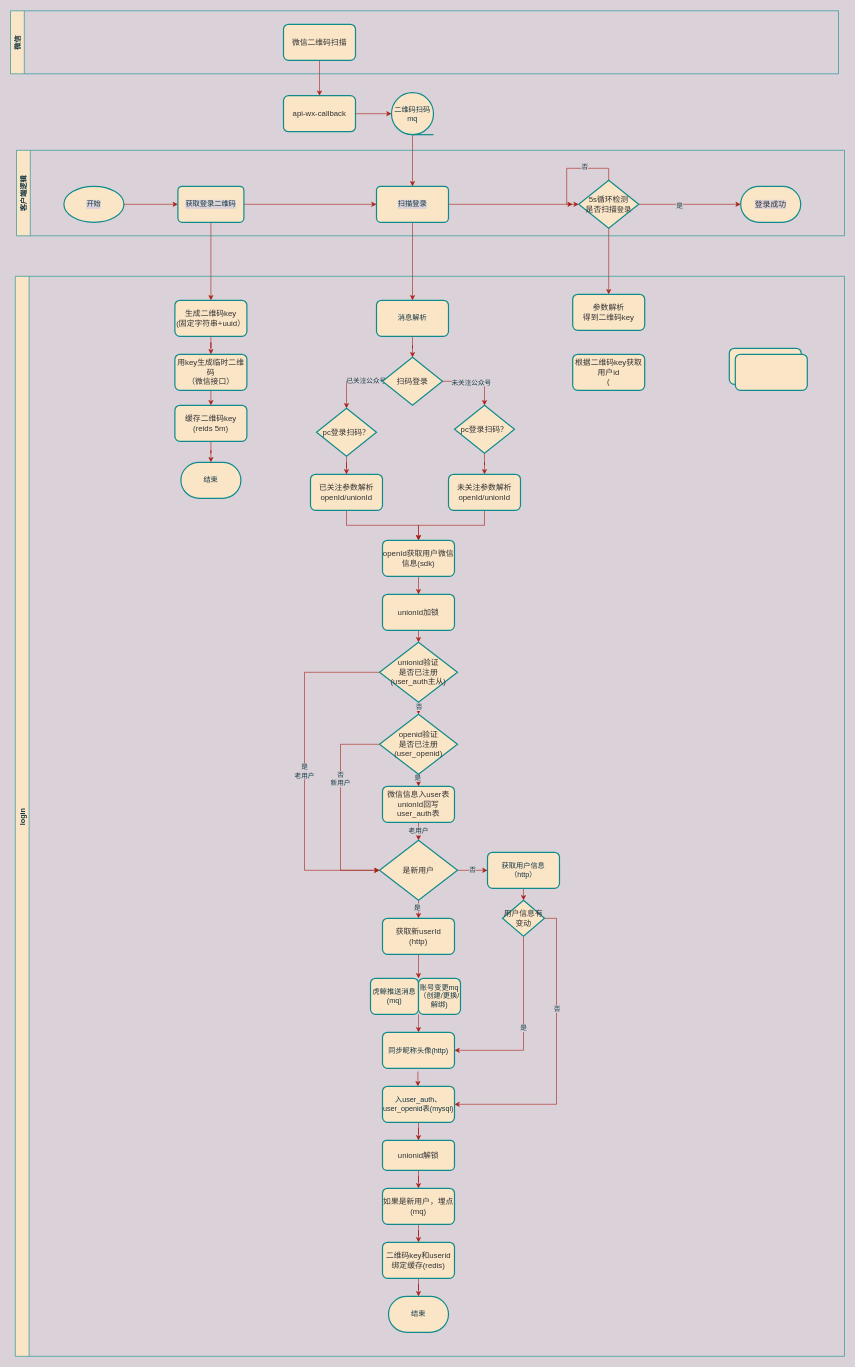
Above: 登录.drawio in xiell2016/hetaoDesign (draw.io), before the change. Source tidied: cells renumbered, new cells numbered last; positions are measured from the earlier drawing's top-left corner, leaving out a move shared by most shapes. Both pictures are drawn from the tidied source at 60%, with x=0, y=0 at pixel (10, 11).
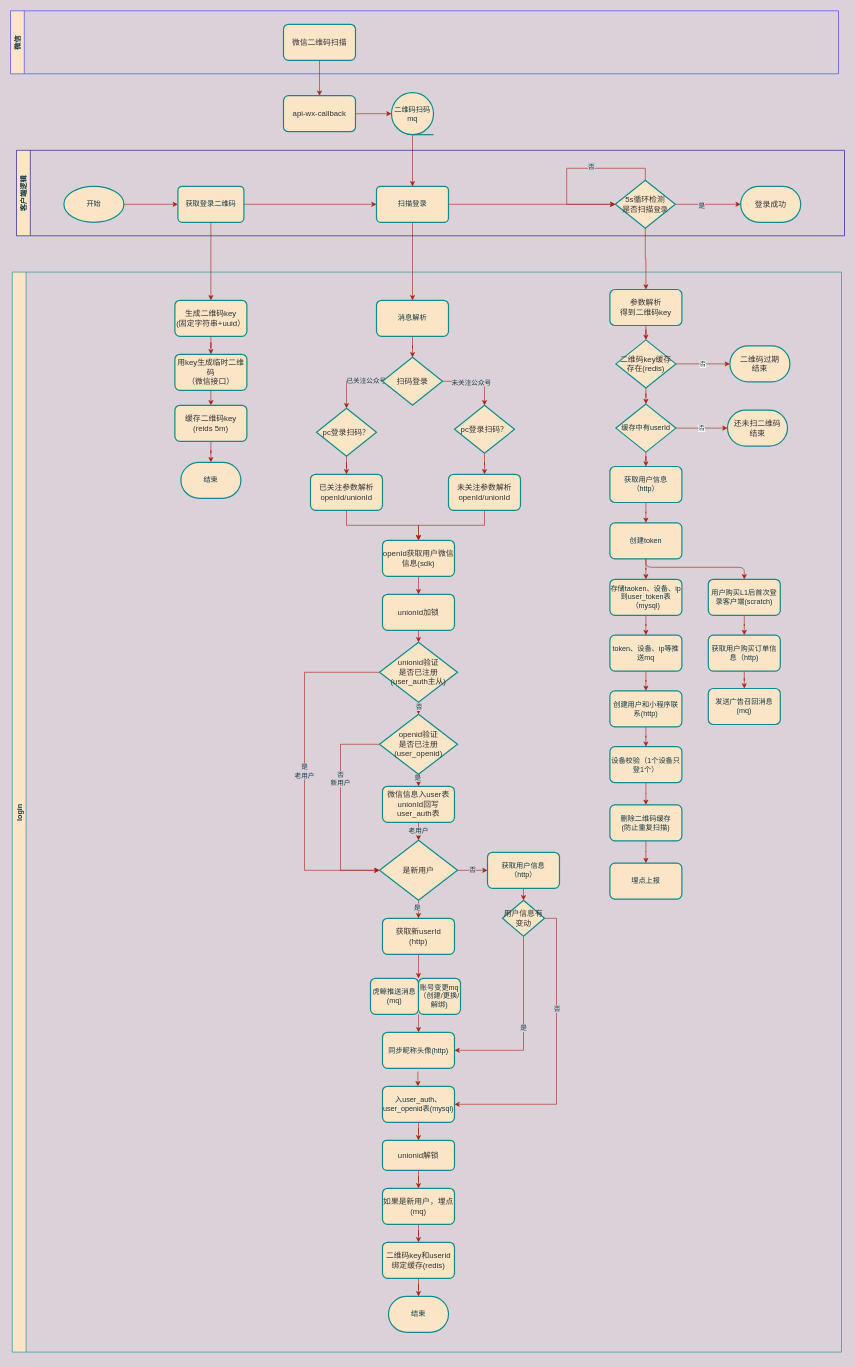
The same diagram, later.

What changed in the source:
```diff
@@
-    <mxCell id="3" value="开始" style="strokeWidth=2;html=1;shape=mxgraph.flowchart.start_1;whiteSpace=wrap;fillColor=#FAE5C7;strokeColor=#0F8B8D;fontColor=#143642;labelBackgroundColor=#DAD2D8;" parent="1" vertex="1">
+    <mxCell id="3" value="开始" style="strokeWidth=2;html=1;shape=mxgraph.flowchart.start_1;whiteSpace=wrap;fillColor=#FAE5C7;strokeColor=#0F8B8D;fontColor=#143642;labelBackgroundColor=none;" parent="1" vertex="1">
       <mxGeometry x="89" y="292" width="100" height="60" as="geometry" />
     </mxCell>
@@
-    <mxCell id="6" value="获取登录二维码" style="rounded=1;whiteSpace=wrap;html=1;absoluteArcSize=1;arcSize=14;strokeWidth=2;fillColor=#FAE5C7;strokeColor=#0F8B8D;fontColor=#143642;labelBackgroundColor=#DAD2D8;" parent="1" vertex="1">
+    <mxCell id="6" value="获取登录二维码" style="rounded=1;whiteSpace=wrap;html=1;absoluteArcSize=1;arcSize=14;strokeWidth=2;fillColor=#FAE5C7;strokeColor=#0F8B8D;fontColor=#143642;labelBackgroundColor=none;" parent="1" vertex="1">
       <mxGeometry x="279" y="292" width="110" height="60" as="geometry" />
     </mxCell>
     <mxCell id="7" style="edgeStyle=orthogonalEdgeStyle;rounded=0;jettySize=auto;html=1;exitX=1;exitY=0.5;exitDx=0;exitDy=0;strokeColor=#A8201A;fontColor=#143642;labelBackgroundColor=#DAD2D8;" parent="1" edge="1" source="9" target="15">
-      <mxGeometry relative="1" as="geometry" />
+      <mxGeometry relative="1" as="geometry">
+        <Array as="points">
+          <mxPoint x="925" y="322" />
+          <mxPoint x="925" y="322" />
+        </Array>
+      </mxGeometry>
     </mxCell>
@@
-    <mxCell id="9" value="扫描登录" style="rounded=1;whiteSpace=wrap;html=1;absoluteArcSize=1;arcSize=14;strokeWidth=2;fillColor=#FAE5C7;strokeColor=#0F8B8D;fontColor=#143642;labelBackgroundColor=#DAD2D8;" parent="1" vertex="1">
+    <mxCell id="9" value="扫描登录" style="rounded=1;whiteSpace=wrap;html=1;absoluteArcSize=1;arcSize=14;strokeWidth=2;fillColor=#FAE5C7;strokeColor=#0F8B8D;fontColor=#143642;labelBackgroundColor=none;" parent="1" vertex="1">
       <mxGeometry x="610" y="292" width="120" height="60" as="geometry" />
     </mxCell>
-    <mxCell id="10" style="edgeStyle=orthogonalEdgeStyle;rounded=0;jettySize=auto;html=1;exitX=0.5;exitY=0;exitDx=0;exitDy=0;exitPerimeter=0;strokeColor=#A8201A;fontColor=#143642;labelBackgroundColor=#DAD2D8;" parent="1" edge="1" source="15">
-      <mxGeometry relative="1" as="geometry">
-        <mxPoint x="937" y="322" as="targetPoint" />
-        <Array as="points">
-          <mxPoint x="997" y="262" />
-          <mxPoint x="927" y="262" />
-          <mxPoint x="927" y="322" />
-        </Array>
-      </mxGeometry>
-    </mxCell>
-    <mxCell id="11" value="否" style="edgeLabel;html=1;align=center;verticalAlign=middle;fontColor=#143642;labelBackgroundColor=#DAD2D8;" parent="10" vertex="1">
-      <mxGeometry x="-0.24" y="-4" relative="1" as="geometry" />
-    </mxCell>
@@
-    <mxCell id="15" value="&lt;div style=&quot;resize: none ; outline: none ; font-size: 13px ; color: rgb(50 , 50 , 50) ; background-color: rgba(255 , 255 , 255 , 0.008)&quot;&gt;5s循环检测&lt;/div&gt;&lt;span style=&quot;color: rgb(50 , 50 , 50) ; font-size: 13px ; background-color: rgba(255 , 255 , 255 , 0.008)&quot;&gt;是否扫描&lt;/span&gt;&lt;span style=&quot;color: rgb(50 , 50 , 50) ; font-size: inherit ; background-color: rgba(255 , 255 , 255 , 0.008)&quot;&gt;登录&lt;/span&gt;" style="strokeWidth=2;html=1;shape=mxgraph.flowchart.decision;whiteSpace=wrap;fillColor=#FAE5C7;strokeColor=#0F8B8D;fontColor=#143642;" parent="1" vertex="1">
-      <mxGeometry x="947" y="282" width="100" height="80" as="geometry" />
-    </mxCell>
-    <mxCell id="16" value="&lt;span style=&quot;color: rgb(50, 50, 50); font-size: 13px;&quot;&gt;登录成功&lt;/span&gt;" style="strokeWidth=2;html=1;shape=mxgraph.flowchart.terminator;whiteSpace=wrap;fillColor=#FAE5C7;strokeColor=#0F8B8D;fontColor=#143642;labelBackgroundColor=#DAD2D8;" parent="1" vertex="1">
+    <mxCell id="16" value="&lt;span style=&quot;color: rgb(50, 50, 50); font-size: 13px;&quot;&gt;登录成功&lt;/span&gt;" style="strokeWidth=2;html=1;shape=mxgraph.flowchart.terminator;whiteSpace=wrap;fillColor=#FAE5C7;strokeColor=#0F8B8D;fontColor=#143642;labelBackgroundColor=none;" parent="1" vertex="1">
       <mxGeometry x="1217" y="292" width="100" height="60" as="geometry" />
     </mxCell>
@@
-    <mxCell id="18" style="whiteSpace=wrap;html=1;rounded=1;strokeWidth=2;arcSize=14;fillColor=#FAE5C7;strokeColor=#0F8B8D;fontColor=#143642;" parent="1" vertex="1">
-      <mxGeometry x="1198" y="562" width="120" height="60" as="geometry" />
-    </mxCell>
-    <mxCell id="19" style="whiteSpace=wrap;html=1;rounded=1;strokeWidth=2;arcSize=14;fillColor=#FAE5C7;strokeColor=#0F8B8D;fontColor=#143642;" parent="1" vertex="1">
-      <mxGeometry x="1208" y="572" width="120" height="60" as="geometry" />
-    </mxCell>
-    <mxCell id="20" value="&lt;span style=&quot;color: rgb(50 , 50 , 50) ; font-size: 13px ; background-color: rgba(255 , 255 , 255 , 0.008)&quot;&gt;根据二维码key获取用户id&lt;/span&gt;&lt;div style=&quot;resize: none ; outline: none ; font-size: 13px ; color: rgb(50 , 50 , 50) ; background-color: rgba(255 , 255 , 255 , 0.008)&quot;&gt;(&lt;/div&gt;" style="whiteSpace=wrap;html=1;rounded=1;strokeWidth=2;arcSize=14;fillColor=#FAE5C7;strokeColor=#0F8B8D;fontColor=#143642;" parent="1" vertex="1">
-      <mxGeometry x="937" y="572" width="120" height="60" as="geometry" />
-    </mxCell>
-    <mxCell id="21" value="&lt;span style=&quot;color: rgb(50 , 50 , 50) ; font-size: 13px ; background-color: rgba(255 , 255 , 255 , 0.008)&quot;&gt;参数解析&lt;/span&gt;&lt;div style=&quot;resize: none ; outline: none ; font-size: 13px ; color: rgb(50 , 50 , 50) ; background-color: rgba(255 , 255 , 255 , 0.008)&quot;&gt;得到二维码key&lt;/div&gt;" style="whiteSpace=wrap;html=1;rounded=1;strokeWidth=2;arcSize=14;fillColor=#FAE5C7;strokeColor=#0F8B8D;fontColor=#143642;" parent="1" vertex="1">
-      <mxGeometry x="937" y="472" width="120" height="60" as="geometry" />
-    </mxCell>
@@
-    <mxCell id="91" value="微信" style="swimlane;horizontal=0;swimlaneFillColor=none;fillColor=#FAE5C7;strokeColor=#0F8B8D;glass=0;rounded=0;shadow=0;sketch=0;fontColor=#143642;" parent="1" vertex="1">
+    <mxCell id="91" value="微信" style="swimlane;horizontal=0;swimlaneFillColor=none;fillColor=#FAE5C7;strokeColor=#3333FF;glass=0;rounded=0;shadow=0;sketch=0;fontColor=#143642;" parent="1" vertex="1">
       <mxGeometry y="-0.5" width="1380" height="105" as="geometry" />
     </mxCell>
-    <mxCell id="92" value="客户端逻辑" style="swimlane;horizontal=0;strokeColor=#0F8B8D;fillColor=#FAE5C7;fontColor=#143642;" parent="1" vertex="1">
+    <mxCell id="92" value="客户端逻辑" style="swimlane;horizontal=0;strokeColor=#000099;fillColor=#FAE5C7;fontColor=#143642;" parent="1" vertex="1">
       <mxGeometry x="10" y="232" width="1380" height="142.5" as="geometry" />
     </mxCell>
+    <mxCell id="15" value="&lt;div style=&quot;resize: none ; outline: none ; font-size: 13px ; color: rgb(50 , 50 , 50) ; background-color: rgba(255 , 255 , 255 , 0.008)&quot;&gt;5s循环检测&lt;/div&gt;&lt;span style=&quot;color: rgb(50 , 50 , 50) ; font-size: 13px ; background-color: rgba(255 , 255 , 255 , 0.008)&quot;&gt;是否扫描&lt;/span&gt;&lt;span style=&quot;color: rgb(50 , 50 , 50) ; font-size: inherit ; background-color: rgba(255 , 255 , 255 , 0.008)&quot;&gt;登录&lt;/span&gt;" style="strokeWidth=2;html=1;shape=mxgraph.flowchart.decision;whiteSpace=wrap;fillColor=#FAE5C7;strokeColor=#0F8B8D;fontColor=#143642;" parent="92" vertex="1">
+      <mxGeometry x="998" y="50" width="100" height="80" as="geometry" />
+    </mxCell>
+    <mxCell id="10" style="edgeStyle=orthogonalEdgeStyle;rounded=0;orthogonalLoop=1;jettySize=auto;html=1;exitX=0.5;exitY=0;exitDx=0;exitDy=0;exitPerimeter=0;strokeColor=#A8201A;fontColor=#143642;labelBackgroundColor=#DAD2D8;entryX=0;entryY=0.5;entryDx=0;entryDy=0;entryPerimeter=0;" parent="92" edge="1" source="15" target="15">
+      <mxGeometry relative="1" as="geometry">
+        <Array as="points">
+          <mxPoint x="1048" y="30" />
+          <mxPoint x="917" y="30" />
+          <mxPoint x="917" y="90" />
+        </Array>
+      </mxGeometry>
+    </mxCell>
+    <mxCell id="11" value="否" style="edgeLabel;html=1;align=center;verticalAlign=middle;fontColor=#143642;labelBackgroundColor=#DAD2D8;" parent="10" vertex="1">
+      <mxGeometry x="-0.24" y="-4" relative="1" as="geometry" />
+    </mxCell>
     <mxCell id="93" value="login" style="swimlane;horizontal=0;strokeColor=#0F8B8D;fillColor=#FAE5C7;fontColor=#143642;" parent="1" vertex="1">
-      <mxGeometry x="8" y="442" width="1382" height="1800" as="geometry" />
+      <mxGeometry x="3" y="435" width="1382" height="1800" as="geometry" />
     </mxCell>
+    <mxCell id="94" style="edgeStyle=orthogonalEdgeStyle;curved=0;rounded=1;sketch=0;jettySize=auto;html=1;fontColor=#143642;strokeColor=#A8201A;fillColor=#FAE5C7;" parent="93" edge="1" source="21" target="97">
+      <mxGeometry relative="1" as="geometry" />
+    </mxCell>
+    <mxCell id="21" value="&lt;span style=&quot;color: rgb(50 , 50 , 50) ; font-size: 13px ; background-color: rgba(255 , 255 , 255 , 0.008)&quot;&gt;参数解析&lt;/span&gt;&lt;div style=&quot;resize: none ; outline: none ; font-size: 13px ; color: rgb(50 , 50 , 50) ; background-color: rgba(255 , 255 , 255 , 0.008)&quot;&gt;得到二维码key&lt;/div&gt;" style="whiteSpace=wrap;html=1;rounded=1;strokeWidth=2;arcSize=14;fillColor=#FAE5C7;strokeColor=#0F8B8D;fontColor=#143642;" parent="93" vertex="1">
+      <mxGeometry x="996" y="29" width="120" height="60" as="geometry" />
+    </mxCell>
+    <mxCell id="95" value="否" style="edgeStyle=orthogonalEdgeStyle;curved=0;rounded=1;sketch=0;jettySize=auto;html=1;fontColor=#143642;strokeColor=#A8201A;fillColor=#FAE5C7;" parent="93" edge="1" source="97" target="99">
+      <mxGeometry relative="1" as="geometry" />
+    </mxCell>
+    <mxCell id="96" style="edgeStyle=orthogonalEdgeStyle;curved=0;rounded=1;sketch=0;jettySize=auto;html=1;fontColor=#143642;strokeColor=#A8201A;fillColor=#FAE5C7;entryX=0.5;entryY=0;entryDx=0;entryDy=0;entryPerimeter=0;" parent="93" edge="1" source="97" target="103">
+      <mxGeometry relative="1" as="geometry" />
+    </mxCell>
+    <mxCell id="97" value="&lt;div style=&quot;resize: none ; outline: none ; font-size: 13px ; color: rgb(50 , 50 , 50) ; background-color: rgba(255 , 255 , 255 , 0.008)&quot;&gt;&lt;span&gt;二维码key缓存存在(redis)&lt;/span&gt;&lt;br&gt;&lt;/div&gt;" style="strokeWidth=2;html=1;shape=mxgraph.flowchart.decision;whiteSpace=wrap;fillColor=#FAE5C7;strokeColor=#0F8B8D;fontColor=#143642;" parent="93" vertex="1">
+      <mxGeometry x="1006" y="113" width="100" height="80" as="geometry" />
+    </mxCell>
+    <mxCell id="98" style="edgeStyle=orthogonalEdgeStyle;curved=0;rounded=1;sketch=0;jettySize=auto;html=1;fontColor=#143642;strokeColor=#A8201A;fillColor=#FAE5C7;" parent="93" edge="1" source="19" target="18">
+      <mxGeometry relative="1" as="geometry" />
+    </mxCell>
+    <mxCell id="19" value="获取用户信息&lt;br&gt;（http）" style="whiteSpace=wrap;html=1;rounded=1;strokeWidth=2;arcSize=14;fillColor=#FAE5C7;strokeColor=#0F8B8D;fontColor=#143642;" parent="93" vertex="1">
+      <mxGeometry x="996" y="324" width="120" height="60" as="geometry" />
+    </mxCell>
+    <mxCell id="99" value="&lt;font color=&quot;#323232&quot;&gt;&lt;span style=&quot;font-size: 13px&quot;&gt;二维码过期&lt;br&gt;结束&lt;br&gt;&lt;/span&gt;&lt;/font&gt;" style="strokeWidth=2;html=1;shape=mxgraph.flowchart.terminator;whiteSpace=wrap;fillColor=#FAE5C7;strokeColor=#0F8B8D;fontColor=#143642;labelBackgroundColor=none;" parent="93" vertex="1">
+      <mxGeometry x="1196" y="123" width="100" height="60" as="geometry" />
+    </mxCell>
+    <mxCell id="100" style="edgeStyle=orthogonalEdgeStyle;curved=0;rounded=1;sketch=0;jettySize=auto;html=1;fontColor=#143642;strokeColor=#A8201A;fillColor=#FAE5C7;" parent="93" edge="1" source="18" target="112">
+      <mxGeometry relative="1" as="geometry" />
+    </mxCell>
+    <mxCell id="18" value="创建token" style="whiteSpace=wrap;html=1;rounded=1;strokeWidth=2;arcSize=14;fillColor=#FAE5C7;strokeColor=#0F8B8D;fontColor=#143642;" parent="93" vertex="1">
+      <mxGeometry x="996" y="418" width="120" height="60" as="geometry" />
+    </mxCell>
+    <mxCell id="101" value="否" style="edgeStyle=orthogonalEdgeStyle;curved=0;rounded=1;sketch=0;jettySize=auto;html=1;fontColor=#143642;strokeColor=#A8201A;fillColor=#FAE5C7;" parent="93" edge="1" source="103" target="104">
+      <mxGeometry relative="1" as="geometry" />
+    </mxCell>
+    <mxCell id="102" style="edgeStyle=orthogonalEdgeStyle;curved=0;rounded=1;sketch=0;jettySize=auto;html=1;fontColor=#143642;strokeColor=#A8201A;fillColor=#FAE5C7;" parent="93" edge="1" source="103" target="19">
+      <mxGeometry relative="1" as="geometry" />
+    </mxCell>
+    <mxCell id="103" value="缓存中有userId" style="strokeWidth=2;html=1;shape=mxgraph.flowchart.decision;whiteSpace=wrap;fillColor=#FAE5C7;strokeColor=#0F8B8D;fontColor=#143642;" parent="93" vertex="1">
+      <mxGeometry x="1006" y="220" width="100" height="80" as="geometry" />
+    </mxCell>
+    <mxCell id="104" value="&lt;font color=&quot;#323232&quot;&gt;&lt;span style=&quot;font-size: 13px&quot;&gt;还未扫二维码&lt;br&gt;结束&lt;br&gt;&lt;/span&gt;&lt;/font&gt;" style="strokeWidth=2;html=1;shape=mxgraph.flowchart.terminator;whiteSpace=wrap;fillColor=#FAE5C7;strokeColor=#0F8B8D;fontColor=#143642;labelBackgroundColor=none;" parent="93" vertex="1">
+      <mxGeometry x="1192" y="230" width="100" height="60" as="geometry" />
+    </mxCell>
+    <mxCell id="105" style="edgeStyle=orthogonalEdgeStyle;curved=0;rounded=1;sketch=0;jettySize=auto;html=1;fontColor=#143642;strokeColor=#A8201A;fillColor=#FAE5C7;" parent="93" edge="1" source="106" target="117">
+      <mxGeometry relative="1" as="geometry" />
+    </mxCell>
+    <mxCell id="106" value="token、设备、ip等推送mq" style="whiteSpace=wrap;html=1;rounded=1;strokeWidth=2;arcSize=14;fillColor=#FAE5C7;strokeColor=#0F8B8D;fontColor=#143642;" parent="93" vertex="1">
+      <mxGeometry x="996" y="605" width="120" height="60" as="geometry" />
+    </mxCell>
+    <mxCell id="107" value="埋点上报" style="whiteSpace=wrap;html=1;rounded=1;strokeWidth=2;arcSize=14;fillColor=#FAE5C7;strokeColor=#0F8B8D;fontColor=#143642;" parent="93" vertex="1">
+      <mxGeometry x="996" y="985" width="120" height="60" as="geometry" />
+    </mxCell>
+    <mxCell id="108" style="edgeStyle=orthogonalEdgeStyle;curved=0;rounded=1;sketch=0;jettySize=auto;html=1;fontColor=#143642;strokeColor=#A8201A;fillColor=#FAE5C7;" parent="93" edge="1" source="109" target="114">
+      <mxGeometry relative="1" as="geometry" />
+    </mxCell>
+    <mxCell id="109" value="用户购买L1后首次登录客户端(scratch)" style="whiteSpace=wrap;html=1;rounded=1;strokeWidth=2;arcSize=14;fillColor=#FAE5C7;strokeColor=#0F8B8D;fontColor=#143642;" parent="93" vertex="1">
+      <mxGeometry x="1160" y="512" width="120" height="60" as="geometry" />
+    </mxCell>
+    <mxCell id="110" style="edgeStyle=orthogonalEdgeStyle;curved=0;rounded=1;sketch=0;jettySize=auto;html=1;fontColor=#143642;strokeColor=#A8201A;fillColor=#FAE5C7;exitX=0.5;exitY=1;exitDx=0;exitDy=0;" parent="93" edge="1" source="18" target="109">
+      <mxGeometry relative="1" as="geometry">
+        <Array as="points">
+          <mxPoint x="1056" y="492" />
+          <mxPoint x="1220" y="492" />
+        </Array>
+      </mxGeometry>
+    </mxCell>
+    <mxCell id="111" style="edgeStyle=orthogonalEdgeStyle;curved=0;rounded=1;sketch=0;jettySize=auto;html=1;fontColor=#143642;strokeColor=#A8201A;fillColor=#FAE5C7;" parent="93" edge="1" source="112" target="106">
+      <mxGeometry relative="1" as="geometry" />
+    </mxCell>
+    <mxCell id="112" value="存储taoken、设备、ip到user_token表（mysql)" style="whiteSpace=wrap;html=1;rounded=1;strokeWidth=2;arcSize=14;fillColor=#FAE5C7;strokeColor=#0F8B8D;fontColor=#143642;" parent="93" vertex="1">
+      <mxGeometry x="996" y="512" width="120" height="60" as="geometry" />
+    </mxCell>
+    <mxCell id="113" style="edgeStyle=orthogonalEdgeStyle;curved=0;rounded=1;sketch=0;jettySize=auto;html=1;fontColor=#143642;strokeColor=#A8201A;fillColor=#FAE5C7;" parent="93" edge="1" source="114" target="115">
+      <mxGeometry relative="1" as="geometry" />
+    </mxCell>
+    <mxCell id="114" value="&lt;span&gt;获取用户购买订单信息（http)&lt;/span&gt;" style="whiteSpace=wrap;html=1;rounded=1;strokeWidth=2;arcSize=14;fillColor=#FAE5C7;strokeColor=#0F8B8D;fontColor=#143642;" parent="93" vertex="1">
+      <mxGeometry x="1160" y="605" width="120" height="60" as="geometry" />
+    </mxCell>
+    <mxCell id="115" value="发送广告召回消息&lt;br&gt;(mq)" style="whiteSpace=wrap;html=1;rounded=1;strokeWidth=2;arcSize=14;fillColor=#FAE5C7;strokeColor=#0F8B8D;fontColor=#143642;" parent="93" vertex="1">
+      <mxGeometry x="1160" y="694" width="120" height="60" as="geometry" />
+    </mxCell>
+    <mxCell id="116" style="edgeStyle=orthogonalEdgeStyle;curved=0;rounded=1;sketch=0;jettySize=auto;html=1;fontColor=#143642;strokeColor=#A8201A;fillColor=#FAE5C7;" parent="93" edge="1" source="117" target="119">
+      <mxGeometry relative="1" as="geometry" />
+    </mxCell>
+    <mxCell id="117" value="创建用户和小程序联系(http)" style="whiteSpace=wrap;html=1;rounded=1;strokeWidth=2;arcSize=14;fillColor=#FAE5C7;strokeColor=#0F8B8D;fontColor=#143642;" parent="93" vertex="1">
+      <mxGeometry x="996" y="698" width="120" height="60" as="geometry" />
+    </mxCell>
+    <mxCell id="118" style="edgeStyle=orthogonalEdgeStyle;curved=0;rounded=1;sketch=0;jettySize=auto;html=1;fontColor=#143642;strokeColor=#A8201A;fillColor=#FAE5C7;" parent="93" edge="1" source="119" target="121">
+      <mxGeometry relative="1" as="geometry" />
+    </mxCell>
+    <mxCell id="119" value="设备校验（1个设备只登1个）" style="whiteSpace=wrap;html=1;rounded=1;strokeWidth=2;arcSize=14;fillColor=#FAE5C7;strokeColor=#0F8B8D;fontColor=#143642;" parent="93" vertex="1">
+      <mxGeometry x="996" y="791" width="120" height="60" as="geometry" />
+    </mxCell>
+    <mxCell id="120" style="edgeStyle=orthogonalEdgeStyle;curved=0;rounded=1;sketch=0;jettySize=auto;html=1;fontColor=#143642;strokeColor=#A8201A;fillColor=#FAE5C7;" parent="93" edge="1" source="121" target="107">
+      <mxGeometry relative="1" as="geometry" />
+    </mxCell>
+    <mxCell id="121" value="删除二维码缓存&lt;br&gt;(防止重复扫描)" style="whiteSpace=wrap;html=1;rounded=1;strokeWidth=2;arcSize=14;fillColor=#FAE5C7;strokeColor=#0F8B8D;fontColor=#143642;" parent="93" vertex="1">
+      <mxGeometry x="996" y="888" width="120" height="60" as="geometry" />
+    </mxCell>
```
